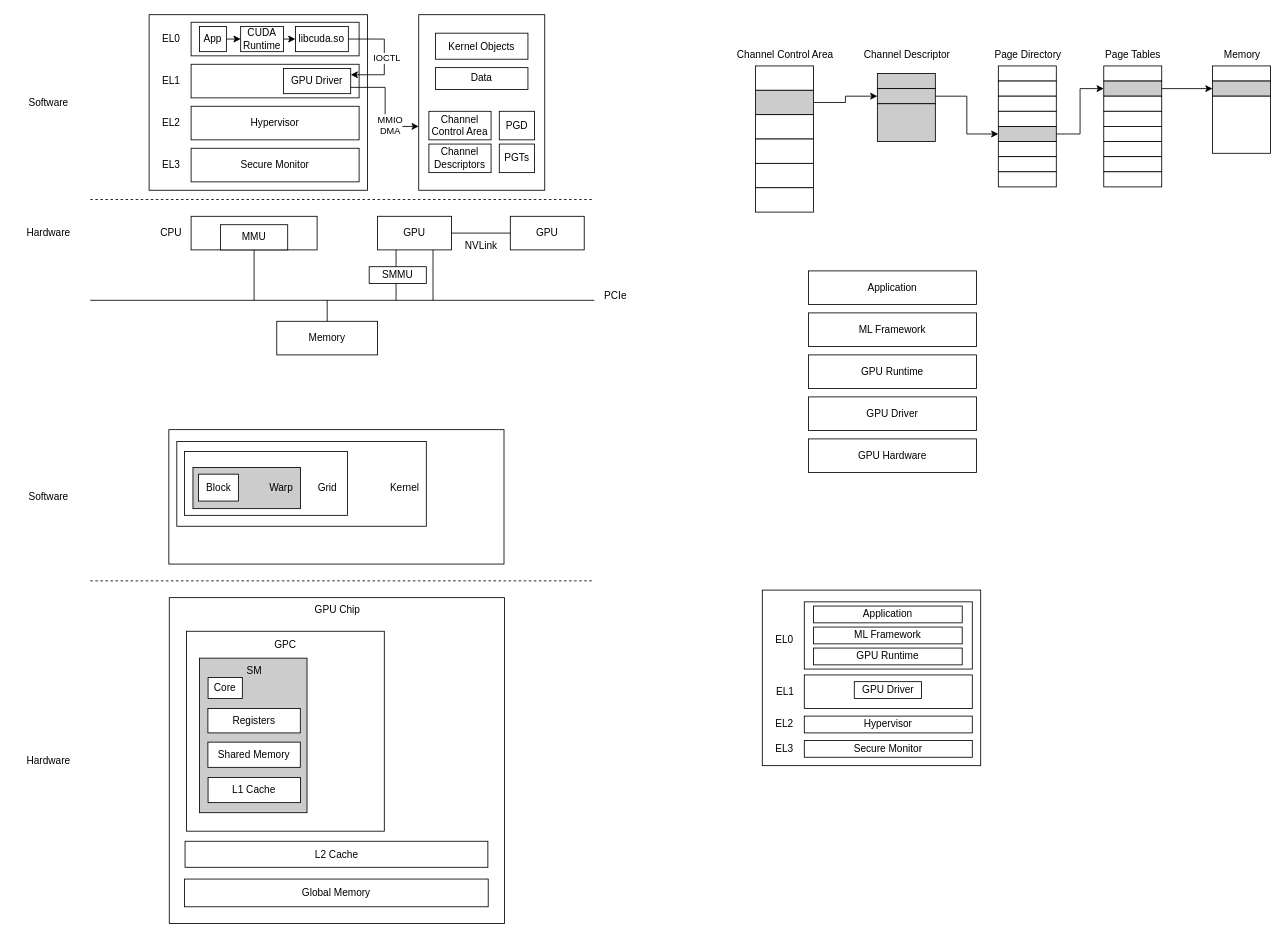
qianfei11/draw.io keeps this draw.io diagram as gpu.drawio. Above is the earlier version. Source tidied: cells renumbered, new cells numbered last; positions are measured from the earlier drawing's top-left corner, leaving out a move shared by most shapes. Both pictures are drawn from the tidied source at 84%, with x=0, y=0 at pixel (14, 14).
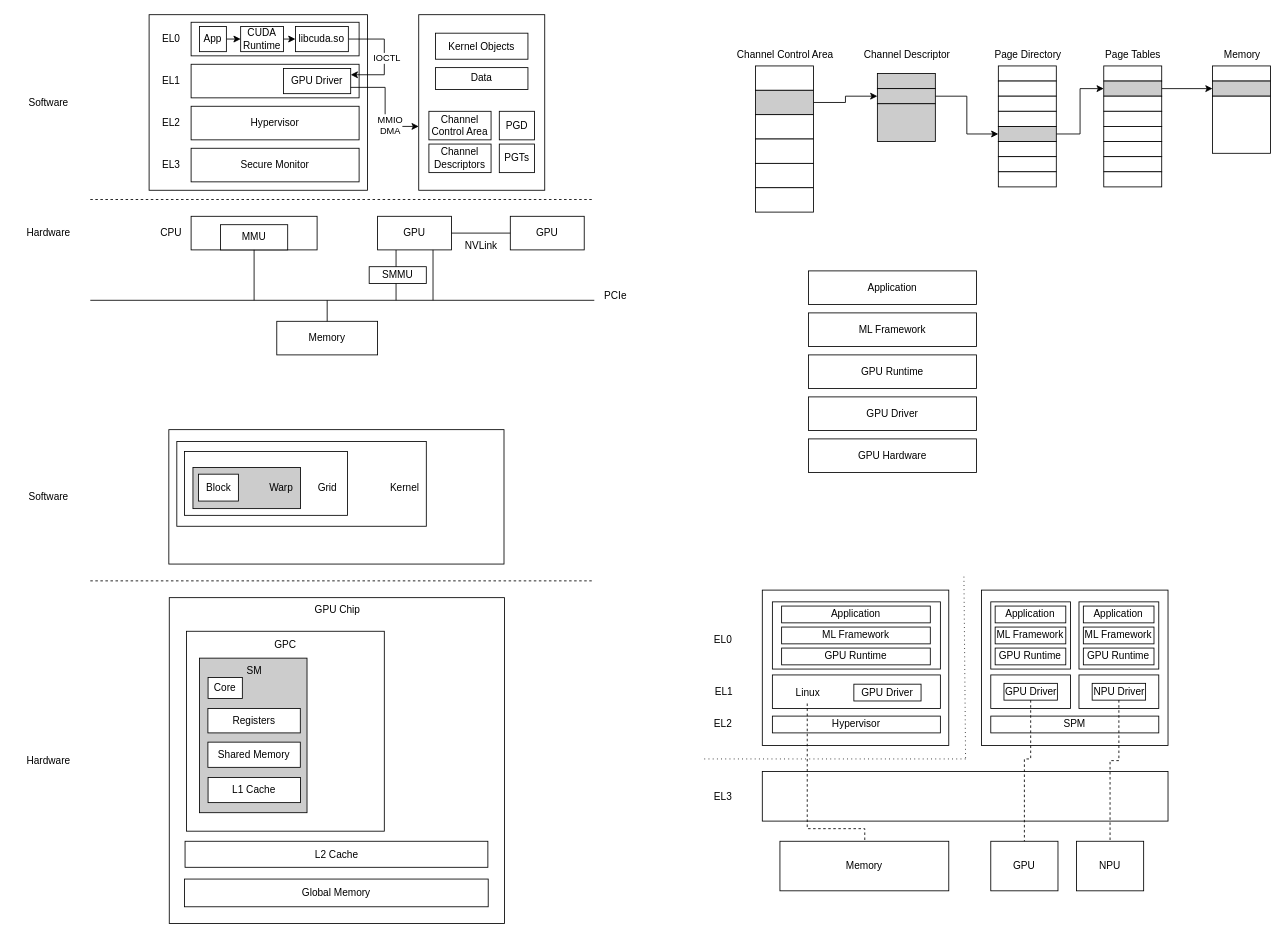
The same page after the edit.

Change to the diagram source:
```diff
@@
+    <mxCell id="124" style="rounded=0;whiteSpace=wrap;html=1;" parent="1" vertex="1">
+      <mxGeometry x="1151" y="685" width="222" height="185" as="geometry" />
+    </mxCell>
@@
     <mxCell id="111" style="rounded=0;whiteSpace=wrap;html=1;" parent="1" vertex="1">
-      <mxGeometry x="890" y="685" width="260" height="209" as="geometry" />
+      <mxGeometry x="890" y="685" width="222" height="185" as="geometry" />
     </mxCell>
     <mxCell id="112" style="rounded=0;whiteSpace=wrap;html=1;" parent="1" vertex="1">
-      <mxGeometry x="940" y="786" width="200" height="40" as="geometry" />
+      <mxGeometry x="902" y="786" width="200" height="40" as="geometry" />
     </mxCell>
     <mxCell id="113" style="rounded=0;whiteSpace=wrap;html=1;" parent="1" vertex="1">
-      <mxGeometry x="940" y="699" width="200" height="80" as="geometry" />
+      <mxGeometry x="902" y="699" width="200" height="80" as="geometry" />
     </mxCell>
     <mxCell id="114" value="GPU Driver" style="rounded=0;whiteSpace=wrap;html=1;fillStyle=auto;fillColor=#FFFFFF;" parent="1" vertex="1">
-      <mxGeometry x="999.5" y="794" width="80" height="20" as="geometry" />
+      <mxGeometry x="999" y="797" width="80" height="20" as="geometry" />
     </mxCell>
     <mxCell id="115" value="EL1" style="text;html=1;align=center;verticalAlign=middle;strokeColor=none;fillColor=none;rounded=0;" parent="1" vertex="1">
-      <mxGeometry x="896.5" y="791" width="40" height="30" as="geometry" />
+      <mxGeometry x="823.5" y="791" width="40" height="30" as="geometry" />
     </mxCell>
     <mxCell id="116" value="EL0" style="text;html=1;align=center;verticalAlign=middle;strokeColor=none;fillColor=none;rounded=0;" parent="1" vertex="1">
-      <mxGeometry x="896" y="729" width="40" height="30" as="geometry" />
+      <mxGeometry x="823" y="729" width="40" height="30" as="geometry" />
     </mxCell>
     <mxCell id="117" value="Hypervisor" style="rounded=0;whiteSpace=wrap;html=1;" parent="1" vertex="1">
-      <mxGeometry x="940" y="835" width="200" height="20" as="geometry" />
+      <mxGeometry x="902" y="835" width="200" height="20" as="geometry" />
     </mxCell>
-    <mxCell id="118" value="Secure Monitor" style="rounded=0;whiteSpace=wrap;html=1;" parent="1" vertex="1">
-      <mxGeometry x="940" y="864" width="200" height="20" as="geometry" />
-    </mxCell>
     <mxCell id="119" value="EL2" style="text;html=1;align=center;verticalAlign=middle;strokeColor=none;fillColor=none;rounded=0;" parent="1" vertex="1">
-      <mxGeometry x="896" y="830" width="40" height="30" as="geometry" />
+      <mxGeometry x="823" y="830" width="40" height="30" as="geometry" />
     </mxCell>
     <mxCell id="120" value="EL3" style="text;html=1;align=center;verticalAlign=middle;strokeColor=none;fillColor=none;rounded=0;" parent="1" vertex="1">
-      <mxGeometry x="896" y="859" width="40" height="30" as="geometry" />
+      <mxGeometry x="823" y="915.5" width="40" height="30" as="geometry" />
     </mxCell>
     <mxCell id="121" value="ML Framework" style="rounded=0;whiteSpace=wrap;html=1;fillStyle=auto;fillColor=#FFFFFF;" parent="1" vertex="1">
-      <mxGeometry x="951" y="729" width="177" height="20" as="geometry" />
+      <mxGeometry x="913" y="729" width="177" height="20" as="geometry" />
     </mxCell>
     <mxCell id="122" value="GPU Runtime" style="rounded=0;whiteSpace=wrap;html=1;fillStyle=auto;fillColor=#FFFFFF;" parent="1" vertex="1">
-      <mxGeometry x="951" y="754" width="177" height="20" as="geometry" />
+      <mxGeometry x="913" y="754" width="177" height="20" as="geometry" />
     </mxCell>
     <mxCell id="123" value="Application" style="rounded=0;whiteSpace=wrap;html=1;fillStyle=auto;fillColor=#FFFFFF;" parent="1" vertex="1">
-      <mxGeometry x="951" y="704" width="177" height="20" as="geometry" />
+      <mxGeometry x="913" y="704" width="177" height="20" as="geometry" />
     </mxCell>
+    <mxCell id="125" style="rounded=0;whiteSpace=wrap;html=1;" parent="1" vertex="1">
+      <mxGeometry x="890" y="901" width="483" height="59" as="geometry" />
+    </mxCell>
+    <mxCell id="126" value="Memory" style="rounded=0;whiteSpace=wrap;html=1;" parent="1" vertex="1">
+      <mxGeometry x="911" y="984" width="201" height="59" as="geometry" />
+    </mxCell>
+    <mxCell id="127" value="GPU" style="rounded=0;whiteSpace=wrap;html=1;" parent="1" vertex="1">
+      <mxGeometry x="1162" y="984" width="80" height="59" as="geometry" />
+    </mxCell>
+    <mxCell id="128" value="NPU" style="rounded=0;whiteSpace=wrap;html=1;" parent="1" vertex="1">
+      <mxGeometry x="1264" y="984" width="80" height="59" as="geometry" />
+    </mxCell>
+    <mxCell id="129" value="SPM" style="rounded=0;whiteSpace=wrap;html=1;" parent="1" vertex="1">
+      <mxGeometry x="1162" y="835" width="200" height="20" as="geometry" />
+    </mxCell>
+    <mxCell id="130" style="group;" parent="1" vertex="1">
+      <mxGeometry x="1162" y="699" width="95" height="127" as="geometry" />
+    </mxCell>
+    <mxCell id="131" style="rounded=0;whiteSpace=wrap;html=1;" parent="130" vertex="1">
+      <mxGeometry y="87" width="95" height="40" as="geometry" />
+    </mxCell>
+    <mxCell id="132" style="rounded=0;whiteSpace=wrap;html=1;" parent="130" vertex="1">
+      <mxGeometry width="95" height="80" as="geometry" />
+    </mxCell>
+    <mxCell id="133" value="GPU Driver" style="rounded=0;whiteSpace=wrap;html=1;fillStyle=auto;fillColor=#FFFFFF;" parent="130" vertex="1">
+      <mxGeometry x="15.7" y="97" width="63.6" height="20" as="geometry" />
+    </mxCell>
+    <mxCell id="134" value="ML Framework" style="rounded=0;whiteSpace=wrap;html=1;fillStyle=auto;fillColor=#FFFFFF;" parent="130" vertex="1">
+      <mxGeometry x="5.2" y="30" width="84.1" height="20" as="geometry" />
+    </mxCell>
+    <mxCell id="135" value="GPU Runtime" style="rounded=0;whiteSpace=wrap;html=1;fillStyle=auto;fillColor=#FFFFFF;" parent="130" vertex="1">
+      <mxGeometry x="5.2" y="55" width="84.1" height="20" as="geometry" />
+    </mxCell>
+    <mxCell id="136" value="Application" style="rounded=0;whiteSpace=wrap;html=1;fillStyle=auto;fillColor=#FFFFFF;" parent="130" vertex="1">
+      <mxGeometry x="5.2" y="5" width="84.1" height="20" as="geometry" />
+    </mxCell>
+    <mxCell id="137" style="group;" parent="1" vertex="1">
+      <mxGeometry x="1267" y="699" width="95" height="127" as="geometry" />
+    </mxCell>
+    <mxCell id="138" style="rounded=0;whiteSpace=wrap;html=1;" parent="137" vertex="1">
+      <mxGeometry y="87" width="95" height="40" as="geometry" />
+    </mxCell>
+    <mxCell id="139" style="rounded=0;whiteSpace=wrap;html=1;" parent="137" vertex="1">
+      <mxGeometry width="95" height="80" as="geometry" />
+    </mxCell>
+    <mxCell id="140" value="NPU Driver" style="rounded=0;whiteSpace=wrap;html=1;fillStyle=auto;fillColor=#FFFFFF;" parent="137" vertex="1">
+      <mxGeometry x="15.7" y="97" width="63.6" height="20" as="geometry" />
+    </mxCell>
+    <mxCell id="141" value="ML Framework" style="rounded=0;whiteSpace=wrap;html=1;fillStyle=auto;fillColor=#FFFFFF;" parent="137" vertex="1">
+      <mxGeometry x="5.2" y="30" width="84.1" height="20" as="geometry" />
+    </mxCell>
+    <mxCell id="142" value="GPU Runtime" style="rounded=0;whiteSpace=wrap;html=1;fillStyle=auto;fillColor=#FFFFFF;" parent="137" vertex="1">
+      <mxGeometry x="5.2" y="55" width="84.1" height="20" as="geometry" />
+    </mxCell>
+    <mxCell id="143" value="Application" style="rounded=0;whiteSpace=wrap;html=1;fillStyle=auto;fillColor=#FFFFFF;" parent="137" vertex="1">
+      <mxGeometry x="5.2" y="5" width="84.1" height="20" as="geometry" />
+    </mxCell>
+    <mxCell id="144" style="edgeStyle=orthogonalEdgeStyle;rounded=0;jettySize=auto;html=1;dashed=1;endArrow=none;endFill=0;" parent="1" edge="1" source="145" target="126">
+      <mxGeometry relative="1" as="geometry">
+        <Array as="points">
+          <mxPoint x="944" y="969" />
+          <mxPoint x="1012" y="969" />
+        </Array>
+      </mxGeometry>
+    </mxCell>
+    <mxCell id="145" value="Linux" style="text;html=1;align=center;verticalAlign=middle;points=[];strokeColor=none;fillColor=none;rounded=0;" parent="1" vertex="1">
+      <mxGeometry x="920" y="794" width="47" height="26" as="geometry" />
+    </mxCell>
+    <mxCell id="146" style="edgeStyle=orthogonalEdgeStyle;rounded=0;jettySize=auto;html=1;dashed=1;endArrow=none;endFill=0;" parent="1" edge="1" source="133" target="127">
+      <mxGeometry relative="1" as="geometry">
+        <Array as="points">
+          <mxPoint x="1210" y="886" />
+          <mxPoint x="1202" y="886" />
+        </Array>
+      </mxGeometry>
+    </mxCell>
+    <mxCell id="147" style="edgeStyle=orthogonalEdgeStyle;rounded=0;jettySize=auto;html=1;dashed=1;endArrow=none;endFill=0;" parent="1" edge="1" source="140" target="128">
+      <mxGeometry relative="1" as="geometry">
+        <Array as="points">
+          <mxPoint x="1315" y="888" />
+          <mxPoint x="1304" y="888" />
+        </Array>
+      </mxGeometry>
+    </mxCell>
+    <mxCell id="148" style="endArrow=none;dashed=1;html=1;rounded=0;dashPattern=1 4;" parent="1" edge="1">
+      <mxGeometry relative="1" as="geometry">
+        <mxPoint x="1132" y="885" as="sourcePoint" />
+        <mxPoint x="1130" y="666" as="targetPoint" />
+      </mxGeometry>
+    </mxCell>
+    <mxCell id="149" style="endArrow=none;dashed=1;html=1;rounded=0;dashPattern=1 4;" parent="1" edge="1">
+      <mxGeometry relative="1" as="geometry">
+        <mxPoint x="1132" y="886" as="sourcePoint" />
+        <mxPoint x="821" y="886" as="targetPoint" />
+      </mxGeometry>
+    </mxCell>
```
